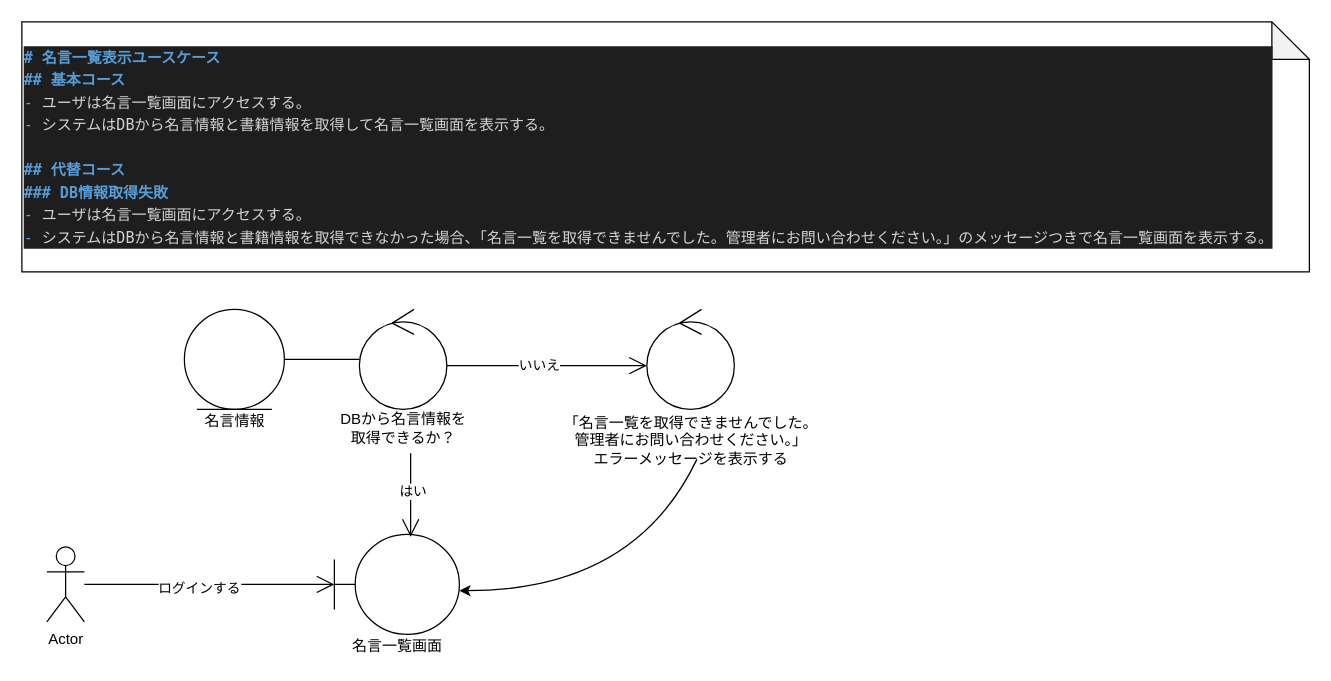
Before: page "名言一覧表示v0.1" (3 of 6) of docs/ICONIX/RobustnessMap.drawio in yasugahira0810/kotodama, a draw.io diagram. Source tidied: cells renumbered, new cells numbered last; positions are measured from the earlier drawing's top-left corner, leaving out a move shared by most shapes. Both pictures are drawn from the tidied source at 125%, with x=0, y=0 at pixel (21, 21).
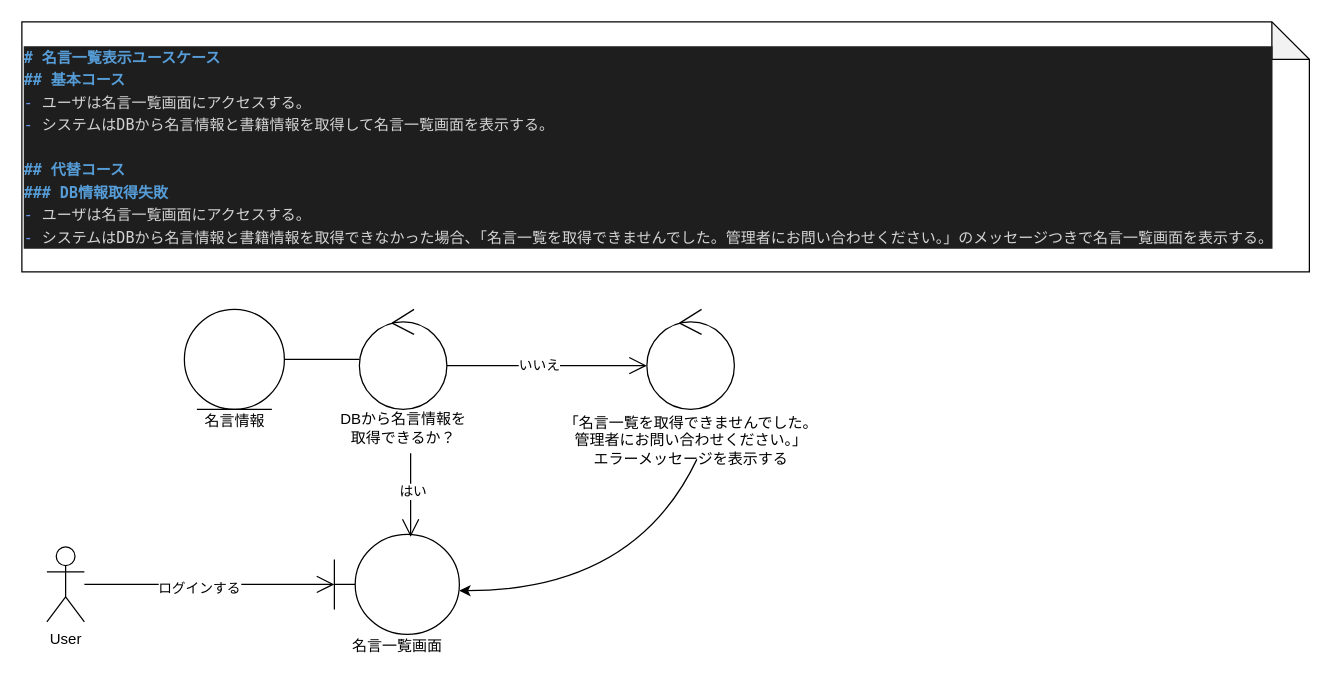
Above is the later version.

What changed in the source:
```diff
@@
-    <mxCell id="2" value="Actor" style="shape=umlActor;verticalLabelPosition=bottom;labelBackgroundColor=#ffffff;verticalAlign=top;html=1;" parent="1" vertex="1">
+    <mxCell id="2" value="&lt;font color=&quot;#000000&quot;&gt;User&lt;/font&gt;" style="shape=umlActor;verticalLabelPosition=bottom;labelBackgroundColor=#ffffff;verticalAlign=top;html=1;" parent="1" vertex="1">
       <mxGeometry x="20" y="420" width="30" height="60" as="geometry" />
     </mxCell>
```
